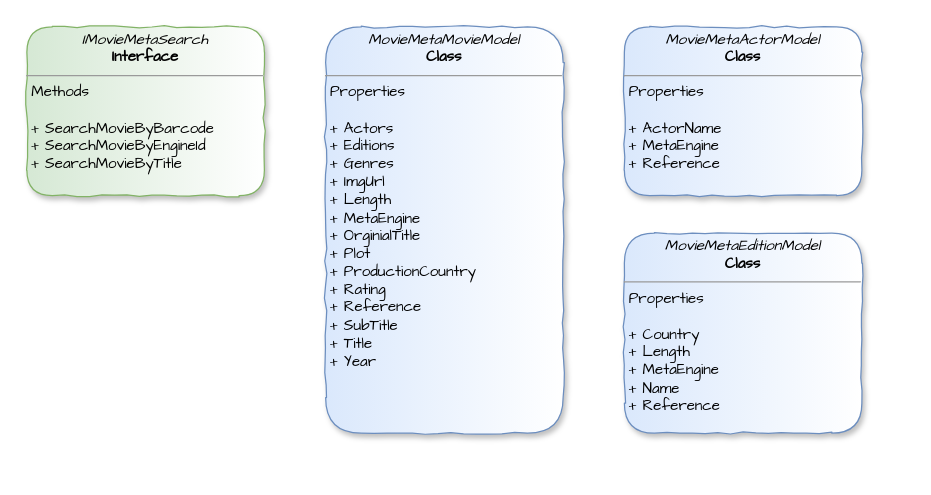
The draw.io diagram ClassDiagram.drawio in viper3400/MovieSearchEngine, before the edit. Source tidied: cells renumbered, new cells numbered last; positions are measured from the earlier drawing's top-left corner, leaving out a move shared by most shapes. Both pictures are drawn from the tidied source at 125%, with x=0, y=0 at pixel (26, 26).
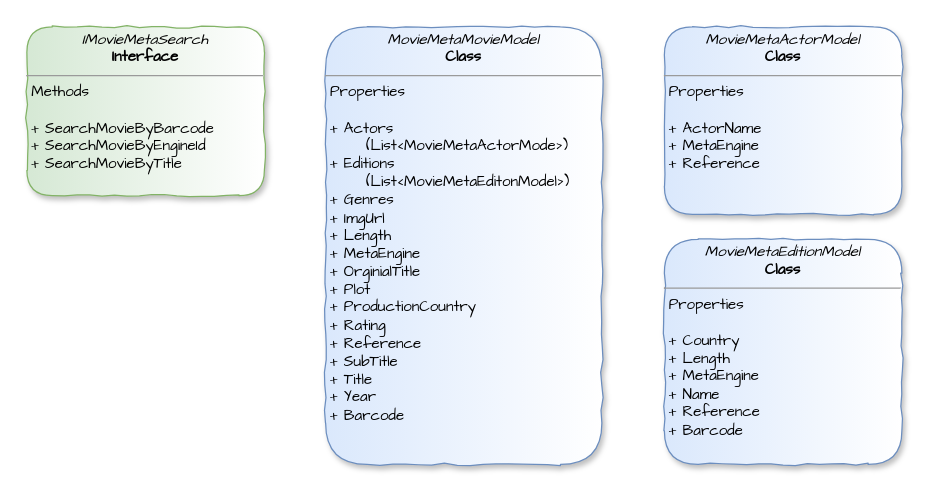
Above is the later version.

Commit message (it also covers changes not shown here):
Implement Barcode Field (close #10)

Diff of the diagram source:
```diff
@@
 <mxGraphModel>
   <root>
     <mxCell id="0" />
     <mxCell id="1" parent="0" />
     <mxCell id="2" value="&lt;p style=&quot;margin: 0px ; margin-top: 4px ; text-align: center&quot;&gt;&lt;i&gt;IMovieMetaSearch&lt;/i&gt;&lt;br&gt;&lt;b&gt;Interface&lt;/b&gt;&lt;br&gt;&lt;/p&gt;&lt;hr size=&quot;1&quot;&gt;&lt;p style=&quot;margin: 0px ; margin-left: 4px&quot;&gt;Methods&lt;/p&gt;&lt;p style=&quot;margin: 0px ; margin-left: 4px&quot;&gt;&lt;br&gt;&lt;/p&gt;&lt;p style=&quot;margin: 0px ; margin-left: 4px&quot;&gt;+ SearchMovieByBarcode&lt;/p&gt;&lt;p style=&quot;margin: 0px ; margin-left: 4px&quot;&gt;+ SearchMovieByEngineId&lt;/p&gt;&lt;p style=&quot;margin: 0px ; margin-left: 4px&quot;&gt;+ SearchMovieByTitle&lt;br&gt;&lt;/p&gt;" style="verticalAlign=top;align=left;overflow=fill;fontSize=12;fontFamily=Comic Sans MS;html=1;strokeColor=#82b366;fillColor=#d5e8d4;shadow=1;comic=1;rounded=1;gradientDirection=east;gradientColor=#ffffff;" parent="1" vertex="1">
       <mxGeometry width="190" height="135" as="geometry" />
     </mxCell>
     <mxCell id="3" value="&lt;p style=&quot;margin: 0px ; margin-top: 4px ; text-align: center&quot;&gt;&lt;i&gt;MovieMetaActorModel&lt;/i&gt;&lt;br&gt;&lt;b&gt;Class&lt;/b&gt;&lt;br&gt;&lt;/p&gt;&lt;hr size=&quot;1&quot;&gt;&lt;p style=&quot;margin: 0px ; margin-left: 4px&quot;&gt;Properties&lt;/p&gt;&lt;p style=&quot;margin: 0px ; margin-left: 4px&quot;&gt;&lt;br&gt;&lt;/p&gt;&lt;p style=&quot;margin: 0px ; margin-left: 4px&quot;&gt;+ ActorName&lt;/p&gt;&lt;p style=&quot;margin: 0px ; margin-left: 4px&quot;&gt;+ MetaEngine&lt;br&gt;&lt;/p&gt;&lt;p style=&quot;margin: 0px ; margin-left: 4px&quot;&gt;+ Reference&lt;br&gt;&lt;/p&gt;" style="verticalAlign=top;align=left;overflow=fill;fontSize=12;fontFamily=Comic Sans MS;html=1;strokeColor=#6c8ebf;fillColor=#dae8fc;gradientColor=#ffffff;gradientDirection=east;rounded=1;shadow=1;comic=1;" parent="1" vertex="1">
-      <mxGeometry x="478" width="190" height="135" as="geometry" />
+      <mxGeometry x="510" width="190" height="150" as="geometry" />
     </mxCell>
-    <mxCell id="4" value="&lt;p style=&quot;margin: 0px ; margin-top: 4px ; text-align: center&quot;&gt;&lt;i&gt;MovieMetaEditionModel&lt;/i&gt;&lt;br&gt;&lt;b&gt;Class&lt;/b&gt;&lt;br&gt;&lt;/p&gt;&lt;hr size=&quot;1&quot;&gt;&lt;p style=&quot;margin: 0px ; margin-left: 4px&quot;&gt;Properties&lt;/p&gt;&lt;p style=&quot;margin: 0px ; margin-left: 4px&quot;&gt;&lt;br&gt;&lt;/p&gt;&lt;p style=&quot;margin: 0px ; margin-left: 4px&quot;&gt;+ Country&lt;/p&gt;&lt;p style=&quot;margin: 0px ; margin-left: 4px&quot;&gt;+ Length&lt;br&gt;&lt;/p&gt;&lt;p style=&quot;margin: 0px ; margin-left: 4px&quot;&gt;+ MetaEngine&lt;/p&gt;&lt;p style=&quot;margin: 0px ; margin-left: 4px&quot;&gt;+ Name&lt;br&gt;&lt;/p&gt;&lt;p style=&quot;margin: 0px ; margin-left: 4px&quot;&gt;+ Reference&lt;br&gt;&lt;/p&gt;" style="verticalAlign=top;align=left;overflow=fill;fontSize=12;fontFamily=Comic Sans MS;html=1;strokeColor=#6c8ebf;fillColor=#dae8fc;gradientColor=#ffffff;gradientDirection=east;rounded=1;shadow=1;comic=1;glass=0;" parent="1" vertex="1">
-      <mxGeometry x="478" y="165" width="190" height="160" as="geometry" />
+    <mxCell id="4" value="&lt;p style=&quot;margin: 0px ; margin-top: 4px ; text-align: center&quot;&gt;&lt;i&gt;MovieMetaEditionModel&lt;/i&gt;&lt;br&gt;&lt;b&gt;Class&lt;/b&gt;&lt;br&gt;&lt;/p&gt;&lt;hr size=&quot;1&quot;&gt;&lt;p style=&quot;margin: 0px ; margin-left: 4px&quot;&gt;Properties&lt;/p&gt;&lt;p style=&quot;margin: 0px ; margin-left: 4px&quot;&gt;&lt;br&gt;&lt;/p&gt;&lt;p style=&quot;margin: 0px ; margin-left: 4px&quot;&gt;+ Country&lt;/p&gt;&lt;p style=&quot;margin: 0px ; margin-left: 4px&quot;&gt;+ Length&lt;br&gt;&lt;/p&gt;&lt;p style=&quot;margin: 0px ; margin-left: 4px&quot;&gt;+ MetaEngine&lt;/p&gt;&lt;p style=&quot;margin: 0px ; margin-left: 4px&quot;&gt;+ Name&lt;br&gt;&lt;/p&gt;&lt;p style=&quot;margin: 0px ; margin-left: 4px&quot;&gt;+ Reference&lt;/p&gt;&lt;p style=&quot;margin: 0px ; margin-left: 4px&quot;&gt;+ Barcode&lt;br&gt;&lt;/p&gt;" style="verticalAlign=top;align=left;overflow=fill;fontSize=12;fontFamily=Comic Sans MS;html=1;strokeColor=#6c8ebf;fillColor=#dae8fc;gradientColor=#ffffff;gradientDirection=east;rounded=1;shadow=1;comic=1;glass=0;" parent="1" vertex="1">
+      <mxGeometry x="510" y="170" width="190" height="180" as="geometry" />
     </mxCell>
-    <mxCell id="5" value="&lt;p style=&quot;margin: 0px ; margin-top: 4px ; text-align: center&quot;&gt;&lt;i&gt;MovieMetaMovieModel&lt;/i&gt;&lt;br&gt;&lt;b&gt;Class&lt;/b&gt;&lt;br&gt;&lt;/p&gt;&lt;hr size=&quot;1&quot;&gt;&lt;p style=&quot;margin: 0px ; margin-left: 4px&quot;&gt;Properties&lt;/p&gt;&lt;p style=&quot;margin: 0px ; margin-left: 4px&quot;&gt;&lt;br&gt;&lt;/p&gt;&lt;p style=&quot;margin: 0px ; margin-left: 4px&quot;&gt;+ Actors&lt;/p&gt;&lt;p style=&quot;margin: 0px ; margin-left: 4px&quot;&gt;+ Editions&lt;/p&gt;&lt;p style=&quot;margin: 0px ; margin-left: 4px&quot;&gt;+ Genres&lt;/p&gt;&lt;p style=&quot;margin: 0px ; margin-left: 4px&quot;&gt;+ ImgUrl&lt;/p&gt;&lt;p style=&quot;margin: 0px ; margin-left: 4px&quot;&gt;+ Length&lt;br&gt;&lt;/p&gt;&lt;p style=&quot;margin: 0px ; margin-left: 4px&quot;&gt;+ MetaEngine&lt;/p&gt;&lt;p style=&quot;margin: 0px ; margin-left: 4px&quot;&gt;+ OrginialTitle&lt;/p&gt;&lt;p style=&quot;margin: 0px ; margin-left: 4px&quot;&gt;+ Plot&lt;br&gt;&lt;/p&gt;&lt;p style=&quot;margin: 0px ; margin-left: 4px&quot;&gt;+ ProductionCountry&lt;/p&gt;&lt;p style=&quot;margin: 0px ; margin-left: 4px&quot;&gt;+ Rating&lt;br&gt;&lt;/p&gt;&lt;p style=&quot;margin: 0px ; margin-left: 4px&quot;&gt;+ Reference&lt;/p&gt;&lt;p style=&quot;margin: 0px ; margin-left: 4px&quot;&gt;+ SubTitle&lt;/p&gt;&lt;p style=&quot;margin: 0px ; margin-left: 4px&quot;&gt;+ Title&lt;/p&gt;&lt;p style=&quot;margin: 0px ; margin-left: 4px&quot;&gt;+ Year&lt;br&gt;&lt;/p&gt;" style="verticalAlign=top;align=left;overflow=fill;fontSize=12;fontFamily=Comic Sans MS;html=1;strokeColor=#6c8ebf;fillColor=#dae8fc;gradientColor=#ffffff;gradientDirection=east;rounded=1;comic=1;shadow=1;" parent="1" vertex="1">
-      <mxGeometry x="239" width="190" height="325" as="geometry" />
+    <mxCell id="5" value="&lt;p style=&quot;margin: 0px ; margin-top: 4px ; text-align: center&quot;&gt;&lt;i&gt;MovieMetaMovieModel&lt;/i&gt;&lt;br&gt;&lt;b&gt;Class&lt;/b&gt;&lt;br&gt;&lt;/p&gt;&lt;hr size=&quot;1&quot;&gt;&lt;p style=&quot;margin: 0px ; margin-left: 4px&quot;&gt;Properties&lt;/p&gt;&lt;p style=&quot;margin: 0px ; margin-left: 4px&quot;&gt;&lt;br&gt;&lt;/p&gt;&lt;p style=&quot;margin: 0px ; margin-left: 4px&quot;&gt;+ Actors &lt;br&gt;&lt;/p&gt;&lt;p style=&quot;margin: 0px ; margin-left: 4px&quot;&gt;&amp;nbsp;&amp;nbsp;&amp;nbsp;&amp;nbsp;&amp;nbsp; (List&amp;lt;MovieMetaActorMode&amp;gt;)&lt;br&gt;&lt;/p&gt;&lt;p style=&quot;margin: 0px ; margin-left: 4px&quot;&gt;+ Editions &lt;br&gt;&lt;/p&gt;&lt;p style=&quot;margin: 0px ; margin-left: 4px&quot;&gt;&amp;nbsp;&amp;nbsp;&amp;nbsp;&amp;nbsp;&amp;nbsp; (List&amp;lt;MovieMetaEditonModel&amp;gt;)&lt;br&gt;&lt;/p&gt;&lt;p style=&quot;margin: 0px ; margin-left: 4px&quot;&gt;+ Genres&lt;/p&gt;&lt;p style=&quot;margin: 0px ; margin-left: 4px&quot;&gt;+ ImgUrl&lt;/p&gt;&lt;p style=&quot;margin: 0px ; margin-left: 4px&quot;&gt;+ Length&lt;br&gt;&lt;/p&gt;&lt;p style=&quot;margin: 0px ; margin-left: 4px&quot;&gt;+ MetaEngine&lt;/p&gt;&lt;p style=&quot;margin: 0px ; margin-left: 4px&quot;&gt;+ OrginialTitle&lt;/p&gt;&lt;p style=&quot;margin: 0px ; margin-left: 4px&quot;&gt;+ Plot&lt;br&gt;&lt;/p&gt;&lt;p style=&quot;margin: 0px ; margin-left: 4px&quot;&gt;+ ProductionCountry&lt;/p&gt;&lt;p style=&quot;margin: 0px ; margin-left: 4px&quot;&gt;+ Rating&lt;br&gt;&lt;/p&gt;&lt;p style=&quot;margin: 0px ; margin-left: 4px&quot;&gt;+ Reference&lt;/p&gt;&lt;p style=&quot;margin: 0px ; margin-left: 4px&quot;&gt;+ SubTitle&lt;/p&gt;&lt;p style=&quot;margin: 0px ; margin-left: 4px&quot;&gt;+ Title&lt;/p&gt;&lt;p style=&quot;margin: 0px ; margin-left: 4px&quot;&gt;+ Year&lt;/p&gt;&lt;p style=&quot;margin: 0px ; margin-left: 4px&quot;&gt;+ Barcode&lt;br&gt;&lt;/p&gt;" style="verticalAlign=top;align=left;overflow=fill;fontSize=12;fontFamily=Comic Sans MS;html=1;strokeColor=#6c8ebf;fillColor=#dae8fc;gradientColor=#ffffff;gradientDirection=east;rounded=1;comic=1;shadow=1;" parent="1" vertex="1">
+      <mxGeometry x="239" width="221" height="350" as="geometry" />
     </mxCell>
   </root>
 </mxGraphModel>
```
